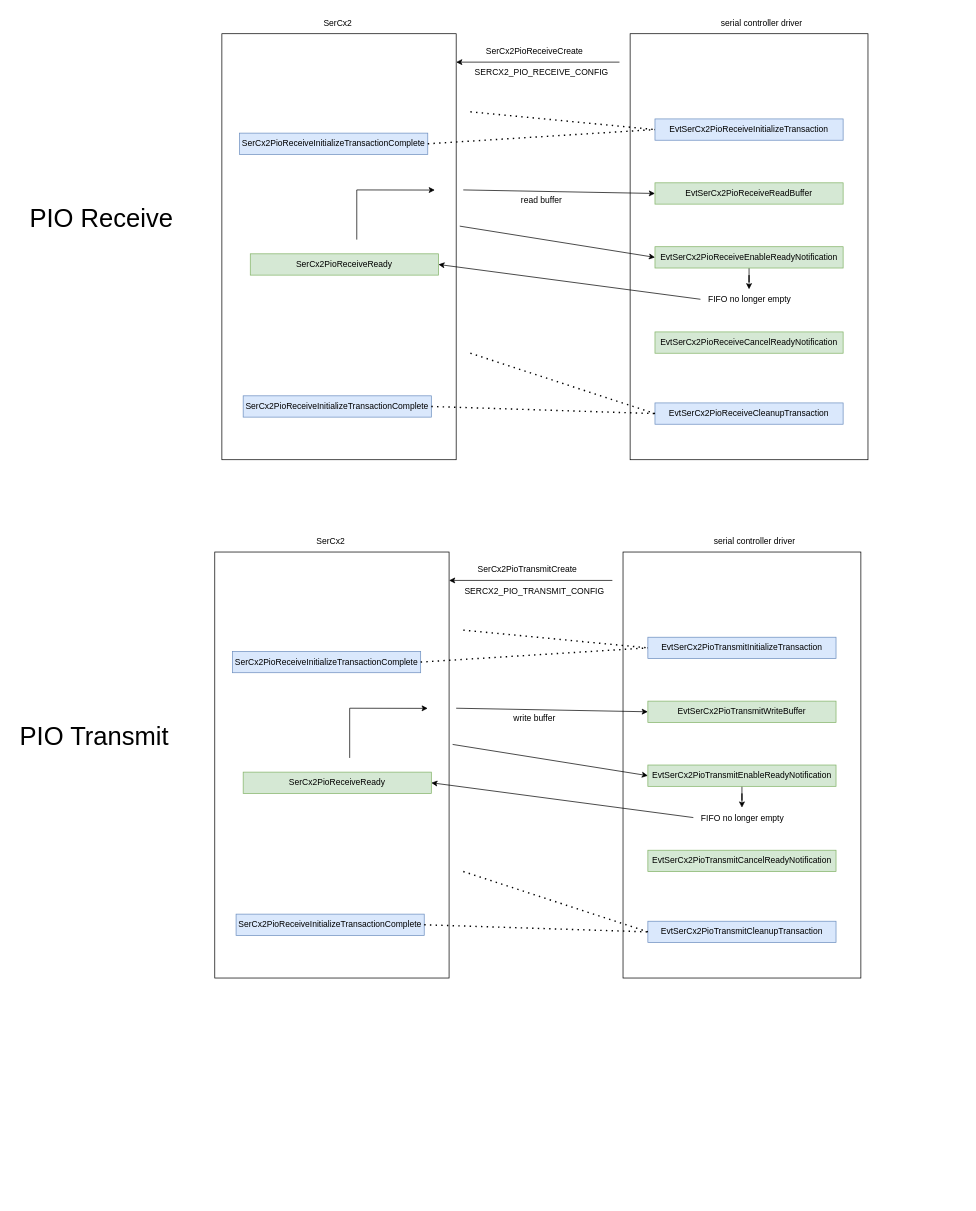
Before: SerCx2/SerCx2-UART-Arch.drawio in AlanoSong/Win-Arm-Driver-Notes, a draw.io diagram. Source tidied: cells renumbered, new cells numbered last; positions are measured from the earlier drawing's top-left corner, leaving out a move shared by most shapes. Both pictures are drawn from the tidied source at 71%, with x=0, y=0 at pixel (12, 12).
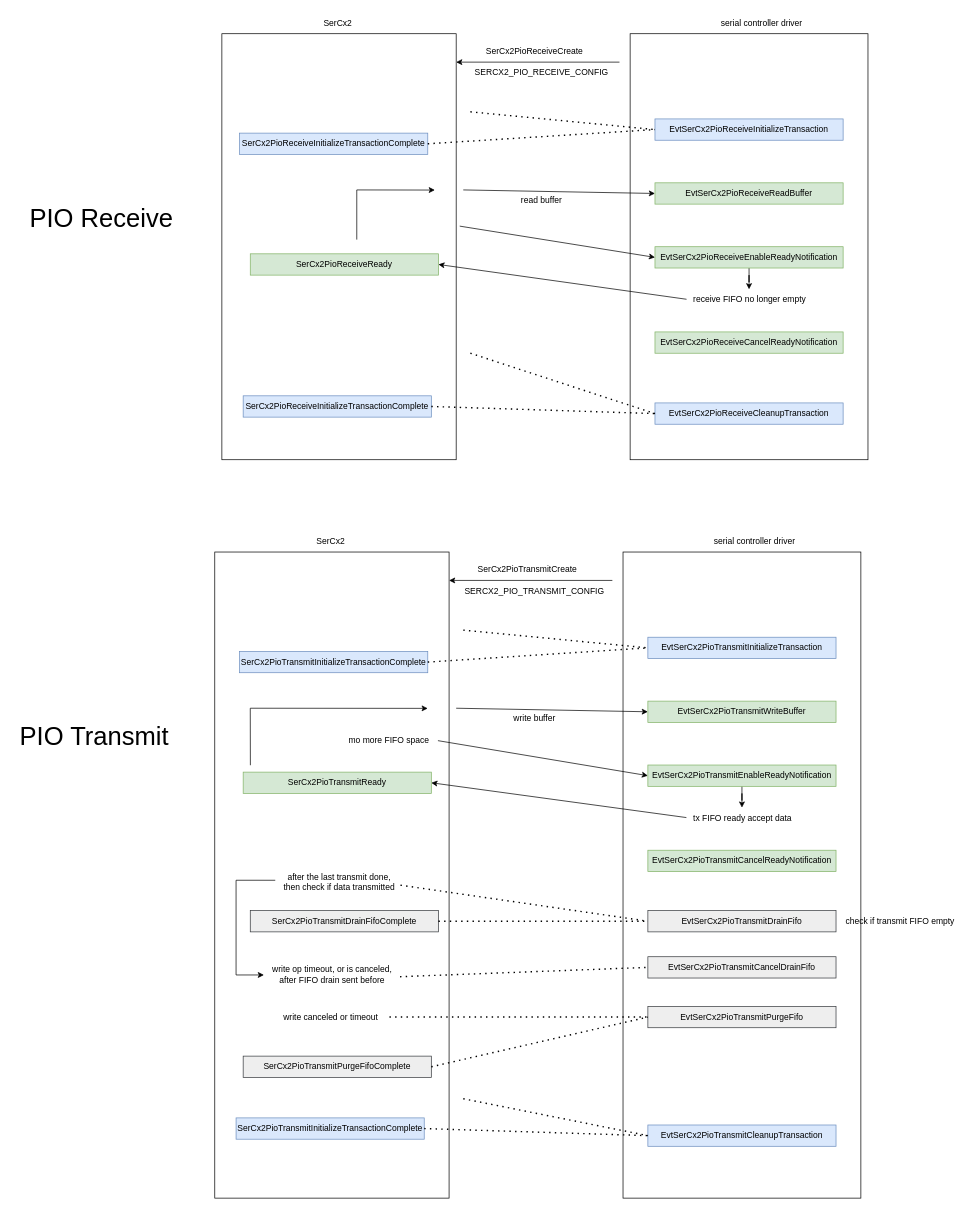
After the change.

The change refers to these unchanged cells:
```xml
<mxCell id="42" value="&lt;span style=&quot;text-wrap: nowrap; font-size: 12px;&quot;&gt;EvtSerCx2PioTransmitEnableReadyNotification&lt;/span&gt;" style="rounded=0;whiteSpace=wrap;html=1;fillColor=#d5e8d4;strokeColor=#82b366;fontStyle=0;fontSize=12;" parent="1" vertex="1">
  <mxGeometry x="895" y="1060" width="265" height="30" as="geometry" />
</mxCell>
```

Change to the diagram source:
```diff
@@
-    <mxCell id="10" value="&lt;div style=&quot;font-size: 12px;&quot;&gt;&lt;br style=&quot;font-size: 12px;&quot;&gt;&lt;/div&gt;&lt;div style=&quot;font-size: 12px;&quot;&gt;&lt;br style=&quot;font-size: 12px;&quot;&gt;&lt;/div&gt;&lt;div style=&quot;font-size: 12px;&quot;&gt;&lt;br style=&quot;font-size: 12px;&quot;&gt;&lt;/div&gt;" style="text;html=1;align=center;verticalAlign=middle;strokeColor=none;fillColor=none;fontStyle=0;fontSize=12;" parent="1" vertex="1">
-      <mxGeometry x="723.8" y="520" width="20" height="60" as="geometry" />
-    </mxCell>
@@
-    <mxCell id="26" value="FIFO no longer empty" style="text;html=1;align=center;verticalAlign=middle;points=[];strokeColor=none;fillColor=none;fontStyle=0;fontSize=12;" parent="1" vertex="1">
-      <mxGeometry x="967.5" y="390" width="140" height="30" as="geometry" />
+    <mxCell id="26" value="receive FIFO no longer empty" style="text;html=1;align=center;verticalAlign=middle;points=[];strokeColor=none;fillColor=none;fontStyle=0;fontSize=12;" parent="1" vertex="1">
+      <mxGeometry x="947.5" y="390" width="180" height="30" as="geometry" />
     </mxCell>
@@
     <mxCell id="30" style="rounded=0;whiteSpace=wrap;html=1;fontStyle=0;fontSize=12;" parent="1" vertex="1">
-      <mxGeometry x="285" y="760" width="330" height="600" as="geometry" />
+      <mxGeometry x="285" y="760" width="330" height="910" as="geometry" />
     </mxCell>
     <mxCell id="31" style="rounded=0;whiteSpace=wrap;html=1;fontStyle=0;fontSize=12;" parent="1" vertex="1">
-      <mxGeometry x="860" y="760" width="335" height="600" as="geometry" />
+      <mxGeometry x="860" y="760" width="335" height="910" as="geometry" />
     </mxCell>
@@
-    <mxCell id="38" value="&lt;div style=&quot;font-size: 12px;&quot;&gt;&lt;br style=&quot;font-size: 12px;&quot;&gt;&lt;/div&gt;&lt;div style=&quot;font-size: 12px;&quot;&gt;&lt;br style=&quot;font-size: 12px;&quot;&gt;&lt;/div&gt;&lt;div style=&quot;font-size: 12px;&quot;&gt;&lt;br style=&quot;font-size: 12px;&quot;&gt;&lt;/div&gt;" style="text;html=1;align=center;verticalAlign=middle;strokeColor=none;fillColor=none;fontStyle=0;fontSize=12;" parent="1" vertex="1">
-      <mxGeometry x="713.8" y="1250" width="20" height="60" as="geometry" />
-    </mxCell>
@@
     <mxCell id="46" value="&lt;span style=&quot;text-wrap: nowrap; font-size: 12px;&quot;&gt;EvtSerCx2PioTransmitCleanupTransaction&lt;/span&gt;" style="rounded=0;whiteSpace=wrap;html=1;fillColor=#dae8fc;strokeColor=#6c8ebf;fontStyle=0;fontSize=12;" parent="1" vertex="1">
-      <mxGeometry x="895" y="1280" width="265" height="30" as="geometry" />
+      <mxGeometry x="895" y="1567" width="265" height="30" as="geometry" />
     </mxCell>
     <mxCell id="47" style="endArrow=none;dashed=1;html=1;dashPattern=1 3;strokeWidth=2;rounded=0;entryX=0;entryY=0.5;entryDx=0;entryDy=0;fontStyle=0;fontSize=12;" parent="1" edge="1" target="46">
       <mxGeometry relative="1" as="geometry">
-        <mxPoint x="635" y="1210" as="sourcePoint" />
+        <mxPoint x="635" y="1530" as="sourcePoint" />
       </mxGeometry>
     </mxCell>
-    <mxCell id="48" value="&lt;span style=&quot;text-wrap: nowrap; font-size: 12px;&quot;&gt;SerCx2PioReceiveInitializeTransactionComplete&lt;/span&gt;" style="rounded=0;whiteSpace=wrap;html=1;fillColor=#dae8fc;strokeColor=#6c8ebf;fontStyle=0;fontSize=12;" parent="1" vertex="1">
-      <mxGeometry x="310" y="900" width="265" height="30" as="geometry" />
+    <mxCell id="48" value="&lt;span style=&quot;text-wrap: nowrap; font-size: 12px;&quot;&gt;SerCx2PioTransmitInitializeTransactionComplete&lt;/span&gt;" style="rounded=0;whiteSpace=wrap;html=1;fillColor=#dae8fc;strokeColor=#6c8ebf;fontStyle=0;fontSize=12;" parent="1" vertex="1">
+      <mxGeometry x="320" y="900" width="265" height="30" as="geometry" />
     </mxCell>
@@
-    <mxCell id="50" value="&lt;span style=&quot;text-wrap: nowrap; font-size: 12px;&quot;&gt;SerCx2PioReceiveInitializeTransactionComplete&lt;/span&gt;" style="rounded=0;whiteSpace=wrap;html=1;fillColor=#dae8fc;strokeColor=#6c8ebf;fontStyle=0;fontSize=12;" parent="1" vertex="1">
-      <mxGeometry x="315" y="1270" width="265" height="30" as="geometry" />
+    <mxCell id="50" value="&lt;span style=&quot;text-wrap: nowrap; font-size: 12px;&quot;&gt;SerCx2Pio&lt;/span&gt;&lt;span style=&quot;text-wrap: nowrap;&quot;&gt;Transmit&lt;/span&gt;&lt;span style=&quot;text-wrap: nowrap; font-size: 12px;&quot;&gt;InitializeTransactionComplete&lt;/span&gt;" style="rounded=0;whiteSpace=wrap;html=1;fillColor=#dae8fc;strokeColor=#6c8ebf;fontStyle=0;fontSize=12;" parent="1" vertex="1">
+      <mxGeometry x="315" y="1557" width="265" height="30" as="geometry" />
     </mxCell>
@@
-    <mxCell id="52" style="endArrow=classic;html=1;rounded=0;entryX=0;entryY=0.5;entryDx=0;entryDy=0;fontStyle=0;fontSize=12;" parent="1" edge="1" target="42">
-      <mxGeometry relative="1" as="geometry">
-        <mxPoint x="620" y="1031" as="sourcePoint" />
-      </mxGeometry>
+    <mxCell id="52" style="endArrow=classic;html=1;rounded=0;entryX=0;entryY=0.5;entryDx=0;entryDy=0;fontStyle=0;fontSize=12;exitX=0.995;exitY=0.522;exitDx=0;exitDy=0;exitPerimeter=0;" parent="1" edge="1" source="73" target="42">
+      <mxGeometry relative="1" as="geometry" />
     </mxCell>
-    <mxCell id="53" value="&lt;span style=&quot;text-wrap: nowrap; font-size: 12px;&quot;&gt;SerCx2PioReceiveReady&lt;/span&gt;" style="rounded=0;whiteSpace=wrap;html=1;fillColor=#d5e8d4;strokeColor=#82b366;fontStyle=0;fontSize=12;" parent="1" vertex="1">
+    <mxCell id="53" value="&lt;span style=&quot;text-wrap: nowrap; font-size: 12px;&quot;&gt;SerCx2Pio&lt;/span&gt;&lt;span style=&quot;text-wrap: nowrap;&quot;&gt;Transmit&lt;/span&gt;&lt;span style=&quot;text-wrap: nowrap; font-size: 12px;&quot;&gt;Ready&lt;/span&gt;" style="rounded=0;whiteSpace=wrap;html=1;fillColor=#d5e8d4;strokeColor=#82b366;fontStyle=0;fontSize=12;" parent="1" vertex="1">
       <mxGeometry x="325" y="1070" width="265" height="30" as="geometry" />
     </mxCell>
-    <mxCell id="54" value="FIFO no longer empty" style="text;html=1;align=center;verticalAlign=middle;points=[];strokeColor=none;fillColor=none;fontStyle=0;fontSize=12;" parent="1" vertex="1">
-      <mxGeometry x="957.5" y="1120" width="140" height="30" as="geometry" />
+    <mxCell id="54" value="tx FIFO ready accept data" style="text;html=1;align=center;verticalAlign=middle;points=[];strokeColor=none;fillColor=none;fontStyle=0;fontSize=12;" parent="1" vertex="1">
+      <mxGeometry x="947.5" y="1120" width="160" height="30" as="geometry" />
     </mxCell>
@@
-    <mxCell id="56" style="endArrow=classic;html=1;rounded=0;entryX=0.909;entryY=0.367;entryDx=0;entryDy=0;entryPerimeter=0;fontStyle=0;fontSize=12;" parent="1" edge="1" target="30">
+    <mxCell id="56" style="endArrow=classic;html=1;rounded=0;entryX=0.909;entryY=0.242;entryDx=0;entryDy=0;entryPerimeter=0;fontStyle=0;fontSize=12;exitX=0.152;exitY=0.33;exitDx=0;exitDy=0;exitPerimeter=0;" parent="1" edge="1" source="30" target="30">
       <mxGeometry relative="1" as="geometry">
-        <mxPoint x="475" y="1050" as="sourcePoint" />
         <Array as="points">
-          <mxPoint x="475" y="980" />
+          <mxPoint x="335" y="980" />
         </Array>
       </mxGeometry>
     </mxCell>
@@
+    <mxCell id="58" value="&lt;span style=&quot;text-wrap: nowrap;&quot;&gt;EvtSerCx2PioTransmitPurgeFifo&lt;/span&gt;" style="rounded=0;whiteSpace=wrap;html=1;fillColor=#eeeeee;strokeColor=#36393d;fontStyle=0;fontSize=12;" parent="1" vertex="1">
+      <mxGeometry x="895" y="1400" width="265" height="30" as="geometry" />
+    </mxCell>
+    <mxCell id="59" value="&lt;span style=&quot;text-wrap: nowrap;&quot;&gt;EvtSerCx2PioTransmitCancelDrainFifo&lt;/span&gt;" style="rounded=0;whiteSpace=wrap;html=1;fillColor=#eeeeee;strokeColor=#36393d;fontStyle=0;fontSize=12;" parent="1" vertex="1">
+      <mxGeometry x="895" y="1330" width="265" height="30" as="geometry" />
+    </mxCell>
+    <mxCell id="60" value="&lt;span style=&quot;text-wrap: nowrap;&quot;&gt;EvtSerCx2PioTransmitDrainFifo&lt;/span&gt;" style="rounded=0;whiteSpace=wrap;html=1;fillColor=#eeeeee;strokeColor=#36393d;fontStyle=0;fontSize=12;" parent="1" vertex="1">
+      <mxGeometry x="895" y="1265" width="265" height="30" as="geometry" />
+    </mxCell>
+    <mxCell id="61" value="&lt;span style=&quot;text-wrap: nowrap;&quot;&gt;SerCx2PioTransmitPurgeFifoComplete&lt;/span&gt;" style="rounded=0;whiteSpace=wrap;html=1;fillColor=#eeeeee;strokeColor=#36393d;fontStyle=0;fontSize=12;" parent="1" vertex="1">
+      <mxGeometry x="325" y="1470" width="265" height="30" as="geometry" />
+    </mxCell>
+    <mxCell id="62" value="&lt;span style=&quot;text-wrap: nowrap;&quot;&gt;SerCx2PioTransmitDrainFifoComplete&lt;/span&gt;" style="rounded=0;whiteSpace=wrap;html=1;fillColor=#eeeeee;strokeColor=#36393d;fontStyle=0;fontSize=12;" parent="1" vertex="1">
+      <mxGeometry x="335" y="1265" width="265" height="30" as="geometry" />
+    </mxCell>
+    <mxCell id="63" style="edgeStyle=orthogonalEdgeStyle;rounded=0;jettySize=auto;html=1;entryX=-0.004;entryY=0.517;entryDx=0;entryDy=0;entryPerimeter=0;exitX=0.001;exitY=0.433;exitDx=0;exitDy=0;exitPerimeter=0;" parent="1" edge="1" source="64" target="68">
+      <mxGeometry relative="1" as="geometry">
+        <Array as="points">
+          <mxPoint x="315" y="1222" />
+          <mxPoint x="315" y="1356" />
+        </Array>
+      </mxGeometry>
+    </mxCell>
+    <mxCell id="64" value="after the last transmit done,&lt;div&gt;then check if data transmitted&lt;/div&gt;" style="text;html=1;align=center;verticalAlign=middle;points=[];strokeColor=none;fillColor=none;" parent="1" vertex="1">
+      <mxGeometry x="370" y="1205" width="180" height="40" as="geometry" />
+    </mxCell>
+    <mxCell id="65" style="endArrow=none;dashed=1;html=1;dashPattern=1 3;strokeWidth=2;rounded=0;entryX=0;entryY=0.5;entryDx=0;entryDy=0;fontStyle=0;fontSize=12;exitX=0.981;exitY=0.606;exitDx=0;exitDy=0;exitPerimeter=0;" parent="1" edge="1" source="64" target="60">
+      <mxGeometry relative="1" as="geometry" />
+    </mxCell>
+    <mxCell id="66" value="check if transmit FIFO empty" style="text;html=1;align=center;verticalAlign=middle;strokeColor=none;fillColor=none;" parent="1" vertex="1">
+      <mxGeometry x="1160" y="1265" width="180" height="30" as="geometry" />
+    </mxCell>
+    <mxCell id="67" style="endArrow=none;dashed=1;html=1;dashPattern=1 3;strokeWidth=2;rounded=0;entryX=0;entryY=0.5;entryDx=0;entryDy=0;fontStyle=0;fontSize=12;exitX=1;exitY=0.5;exitDx=0;exitDy=0;" parent="1" edge="1" source="62" target="60">
+      <mxGeometry relative="1" as="geometry" />
+    </mxCell>
+    <mxCell id="68" value="write op timeout, or is canceled,&lt;div&gt;after FIFO drain sent before&lt;/div&gt;" style="text;html=1;align=center;verticalAlign=middle;points=[];strokeColor=none;fillColor=none;" parent="1" vertex="1">
+      <mxGeometry x="355" y="1335" width="190" height="40" as="geometry" />
+    </mxCell>
+    <mxCell id="69" style="endArrow=none;dashed=1;html=1;dashPattern=1 3;strokeWidth=2;rounded=0;entryX=0;entryY=0.5;entryDx=0;entryDy=0;fontStyle=0;fontSize=12;exitX=1.005;exitY=0.578;exitDx=0;exitDy=0;exitPerimeter=0;" parent="1" edge="1" source="68" target="59">
+      <mxGeometry relative="1" as="geometry" />
+    </mxCell>
+    <mxCell id="70" value="write canceled or timeout" style="text;html=1;align=center;verticalAlign=middle;points=[];strokeColor=none;fillColor=none;" parent="1" vertex="1">
+      <mxGeometry x="367.5" y="1400" width="160" height="30" as="geometry" />
+    </mxCell>
+    <mxCell id="71" style="endArrow=none;dashed=1;html=1;dashPattern=1 3;strokeWidth=2;rounded=0;entryX=0;entryY=0.5;entryDx=0;entryDy=0;fontStyle=0;fontSize=12;exitX=1.022;exitY=0.494;exitDx=0;exitDy=0;exitPerimeter=0;" parent="1" edge="1" source="70" target="58">
+      <mxGeometry relative="1" as="geometry" />
+    </mxCell>
+    <mxCell id="72" style="endArrow=none;dashed=1;html=1;dashPattern=1 3;strokeWidth=2;rounded=0;entryX=0;entryY=0.5;entryDx=0;entryDy=0;fontStyle=0;fontSize=12;exitX=1;exitY=0.5;exitDx=0;exitDy=0;" parent="1" edge="1" source="61" target="58">
+      <mxGeometry relative="1" as="geometry" />
+    </mxCell>
+    <mxCell id="73" value="mo more FIFO space" style="text;html=1;align=center;verticalAlign=middle;points=[];strokeColor=none;fillColor=none;" parent="1" vertex="1">
+      <mxGeometry x="460" y="1010" width="140" height="30" as="geometry" />
+    </mxCell>
```
